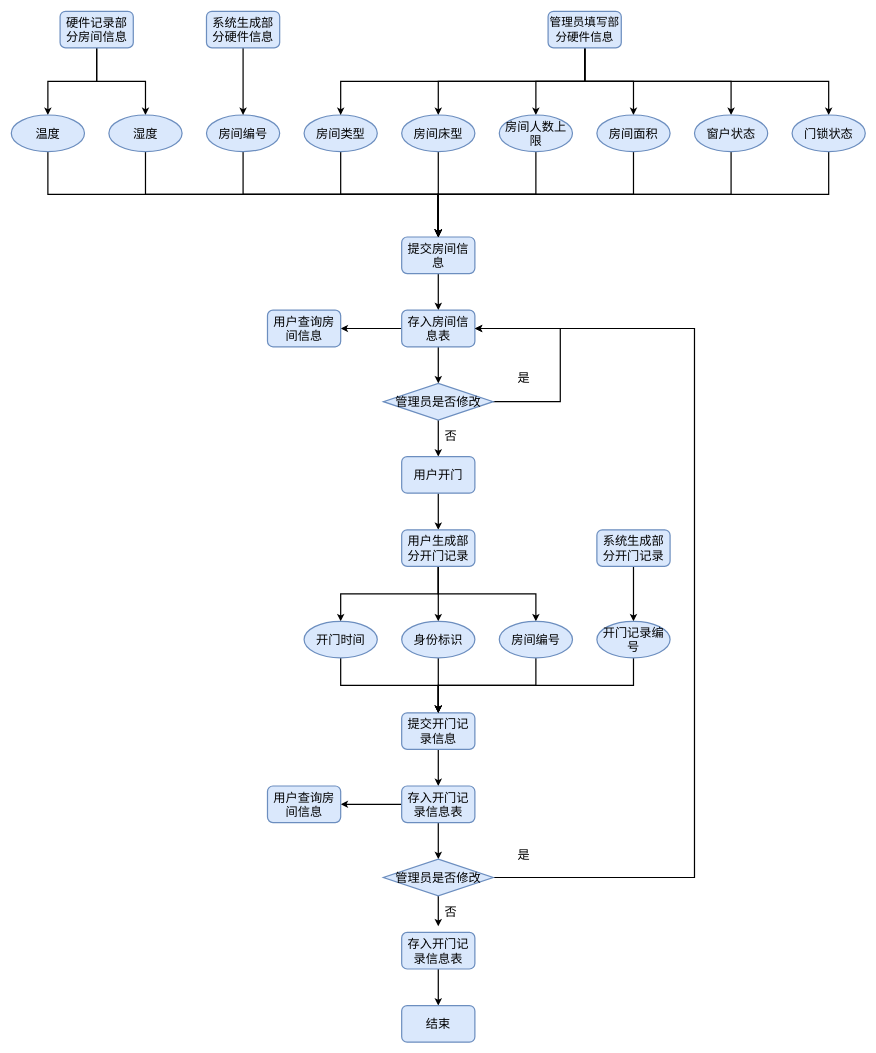
This is docs/src/房间信息.drawio from AndSonder/smart-hotel-database, a draw.io file, before an edit. Source tidied: cells renumbered, new cells numbered last; positions are measured from the earlier drawing's top-left corner, leaving out a move shared by most shapes. Both pictures are drawn from the tidied source at 61%, with x=0, y=0 at pixel (11, 11).
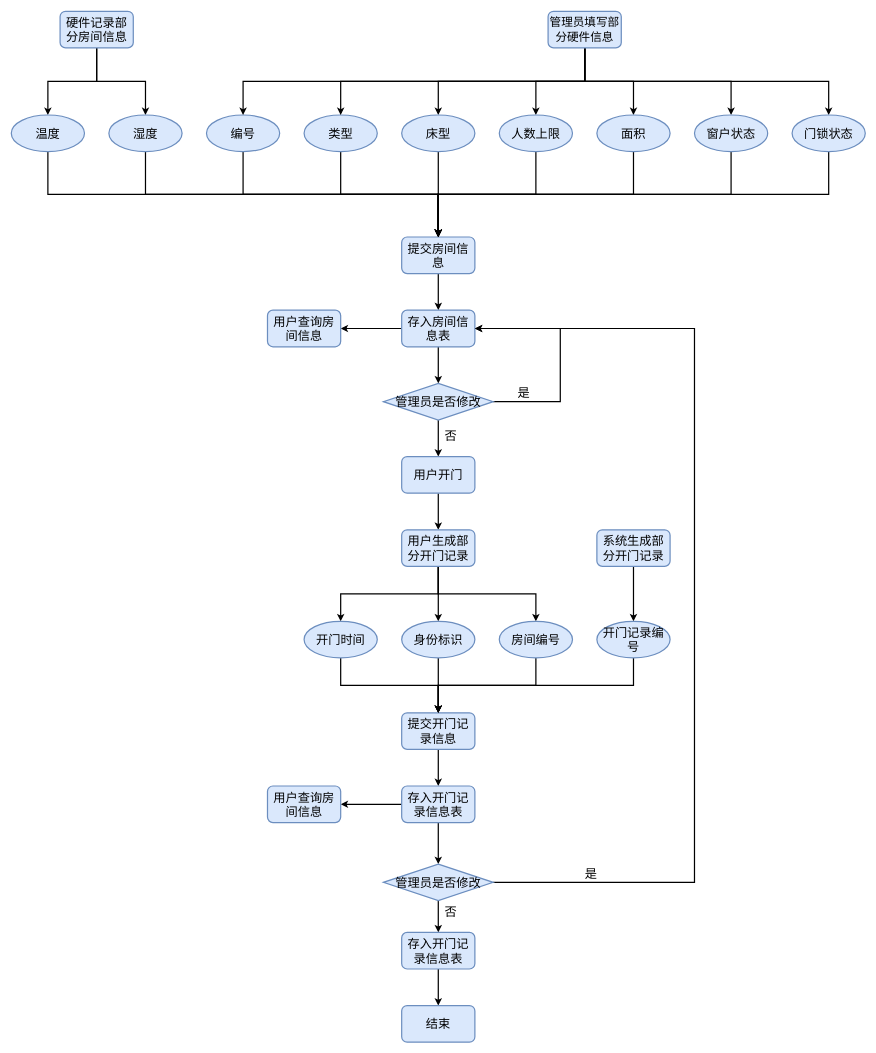
Above is the later version.

Unchanged cells that the change refers to:
```xml
<mxCell id="17" value="存入房间信息表" style="rounded=1;whiteSpace=wrap;html=1;fillColor=#dae8fc;strokeColor=#6c8ebf;strokeWidth=2;fontSize=20;" parent="1" vertex="1">
  <mxGeometry x="640" y="490" width="120" height="60" as="geometry" />
</mxCell>
<mxCell id="31" value="&lt;font style=&quot;font-size: 19px&quot;&gt;管理员填写部分硬件信息&lt;/font&gt;" style="rounded=1;whiteSpace=wrap;html=1;fillColor=#dae8fc;strokeColor=#6c8ebf;strokeWidth=2;fontSize=20;" parent="1" vertex="1">
  <mxGeometry x="880" width="120" height="60" as="geometry" />
</mxCell>
<mxCell id="71" value="存入开门记录信息表" style="rounded=1;whiteSpace=wrap;html=1;fillColor=#dae8fc;strokeColor=#6c8ebf;strokeWidth=2;fontSize=20;" parent="1" vertex="1">
  <mxGeometry x="640" y="1510" width="120" height="60" as="geometry" />
</mxCell>
```

The edit, as a diff of the source:
```diff
@@
-    <mxCell id="10" value="房间类型" style="ellipse;whiteSpace=wrap;html=1;fontSize=20;strokeWidth=2;fillColor=#dae8fc;strokeColor=#6c8ebf;" parent="1" vertex="1">
+    <mxCell id="10" value="类型" style="ellipse;whiteSpace=wrap;html=1;fontSize=20;strokeWidth=2;fillColor=#dae8fc;strokeColor=#6c8ebf;" parent="1" vertex="1">
       <mxGeometry x="480" y="170" width="120" height="60" as="geometry" />
     </mxCell>
@@
-    <mxCell id="12" value="房间编号" style="ellipse;whiteSpace=wrap;html=1;fontSize=20;strokeWidth=2;fillColor=#dae8fc;strokeColor=#6c8ebf;" parent="1" vertex="1">
+    <mxCell id="12" value="编号" style="ellipse;whiteSpace=wrap;html=1;fontSize=20;strokeWidth=2;fillColor=#dae8fc;strokeColor=#6c8ebf;" parent="1" vertex="1">
       <mxGeometry x="320" y="170" width="120" height="60" as="geometry" />
     </mxCell>
@@
     <mxCell id="23" value="是" style="text;html=1;align=center;verticalAlign=middle;strokeColor=none;strokeWidth=2;fontSize=20;" parent="1" vertex="1">
-      <mxGeometry x="820" y="585" width="40" height="30" as="geometry" />
+      <mxGeometry x="820" y="610" width="40" height="30" as="geometry" />
     </mxCell>
@@
+    <mxCell id="73" style="edgeStyle=orthogonalEdgeStyle;rounded=0;jettySize=auto;html=1;exitX=0.5;exitY=1;exitDx=0;exitDy=0;strokeWidth=2;" parent="1" edge="1" source="31" target="12">
+      <mxGeometry relative="1" as="geometry" />
+    </mxCell>
@@
-    <mxCell id="32" style="edgeStyle=orthogonalEdgeStyle;rounded=0;jettySize=auto;html=1;entryX=0.5;entryY=0;entryDx=0;entryDy=0;strokeWidth=2;" parent="1" edge="1" source="33" target="12">
-      <mxGeometry relative="1" as="geometry" />
-    </mxCell>
-    <mxCell id="33" value="系统生成部分硬件信息" style="rounded=1;whiteSpace=wrap;html=1;fillColor=#dae8fc;strokeColor=#6c8ebf;strokeWidth=2;fontSize=20;" parent="1" vertex="1">
-      <mxGeometry x="320" width="120" height="60" as="geometry" />
-    </mxCell>
@@
-    <mxCell id="36" value="房间床型" style="ellipse;whiteSpace=wrap;html=1;fontSize=20;strokeWidth=2;fillColor=#dae8fc;strokeColor=#6c8ebf;" parent="1" vertex="1">
+    <mxCell id="36" value="床型" style="ellipse;whiteSpace=wrap;html=1;fontSize=20;strokeWidth=2;fillColor=#dae8fc;strokeColor=#6c8ebf;" parent="1" vertex="1">
       <mxGeometry x="640" y="170" width="120" height="60" as="geometry" />
     </mxCell>
@@
-    <mxCell id="38" value="房间人数上限" style="ellipse;whiteSpace=wrap;html=1;fontSize=20;strokeWidth=2;fillColor=#dae8fc;strokeColor=#6c8ebf;" parent="1" vertex="1">
+    <mxCell id="38" value="人数上限" style="ellipse;whiteSpace=wrap;html=1;fontSize=20;strokeWidth=2;fillColor=#dae8fc;strokeColor=#6c8ebf;" parent="1" vertex="1">
       <mxGeometry x="800" y="170" width="120" height="60" as="geometry" />
     </mxCell>
@@
-    <mxCell id="40" value="房间面积" style="ellipse;whiteSpace=wrap;html=1;fontSize=20;strokeWidth=2;fillColor=#dae8fc;strokeColor=#6c8ebf;" parent="1" vertex="1">
+    <mxCell id="40" value="面积" style="ellipse;whiteSpace=wrap;html=1;fontSize=20;strokeWidth=2;fillColor=#dae8fc;strokeColor=#6c8ebf;" parent="1" vertex="1">
       <mxGeometry x="960" y="170" width="120" height="60" as="geometry" />
     </mxCell>
@@
     <mxCell id="65" style="edgeStyle=orthogonalEdgeStyle;rounded=0;jettySize=auto;html=1;strokeWidth=2;entryX=1;entryY=0.5;entryDx=0;entryDy=0;" parent="1" edge="1" source="67" target="17">
       <mxGeometry relative="1" as="geometry">
         <Array as="points">
-          <mxPoint x="1120" y="1420" />
+          <mxPoint x="1120" y="1428" />
           <mxPoint x="1120" y="520" />
         </Array>
       </mxGeometry>
     </mxCell>
-    <mxCell id="66" style="edgeStyle=orthogonalEdgeStyle;rounded=0;jettySize=auto;html=1;exitX=0.5;exitY=1;exitDx=0;exitDy=0;strokeWidth=2;" parent="1" edge="1" source="67">
-      <mxGeometry relative="1" as="geometry">
-        <mxPoint x="700" y="1500" as="targetPoint" />
-      </mxGeometry>
-    </mxCell>
+    <mxCell id="74" style="edgeStyle=elbowEdgeStyle;rounded=0;jettySize=auto;elbow=vertical;html=1;exitX=0.5;exitY=1;exitDx=0;exitDy=0;entryX=0.5;entryY=0;entryDx=0;entryDy=0;fontSize=20;strokeWidth=2;" parent="1" edge="1" source="67" target="71">
+      <mxGeometry relative="1" as="geometry" />
+    </mxCell>
     <mxCell id="67" value="管理员是否修改" style="rhombus;whiteSpace=wrap;html=1;fillColor=#dae8fc;strokeColor=#6c8ebf;strokeWidth=2;fontSize=20;" parent="1" vertex="1">
-      <mxGeometry x="610" y="1390" width="180" height="60" as="geometry" />
+      <mxGeometry x="610" y="1398" width="180" height="60" as="geometry" />
     </mxCell>
     <mxCell id="68" value="是" style="text;html=1;align=center;verticalAlign=middle;strokeColor=none;strokeWidth=2;fontSize=20;" parent="1" vertex="1">
-      <mxGeometry x="820" y="1368" width="40" height="30" as="geometry" />
+      <mxGeometry x="930" y="1398" width="40" height="30" as="geometry" />
     </mxCell>
```
